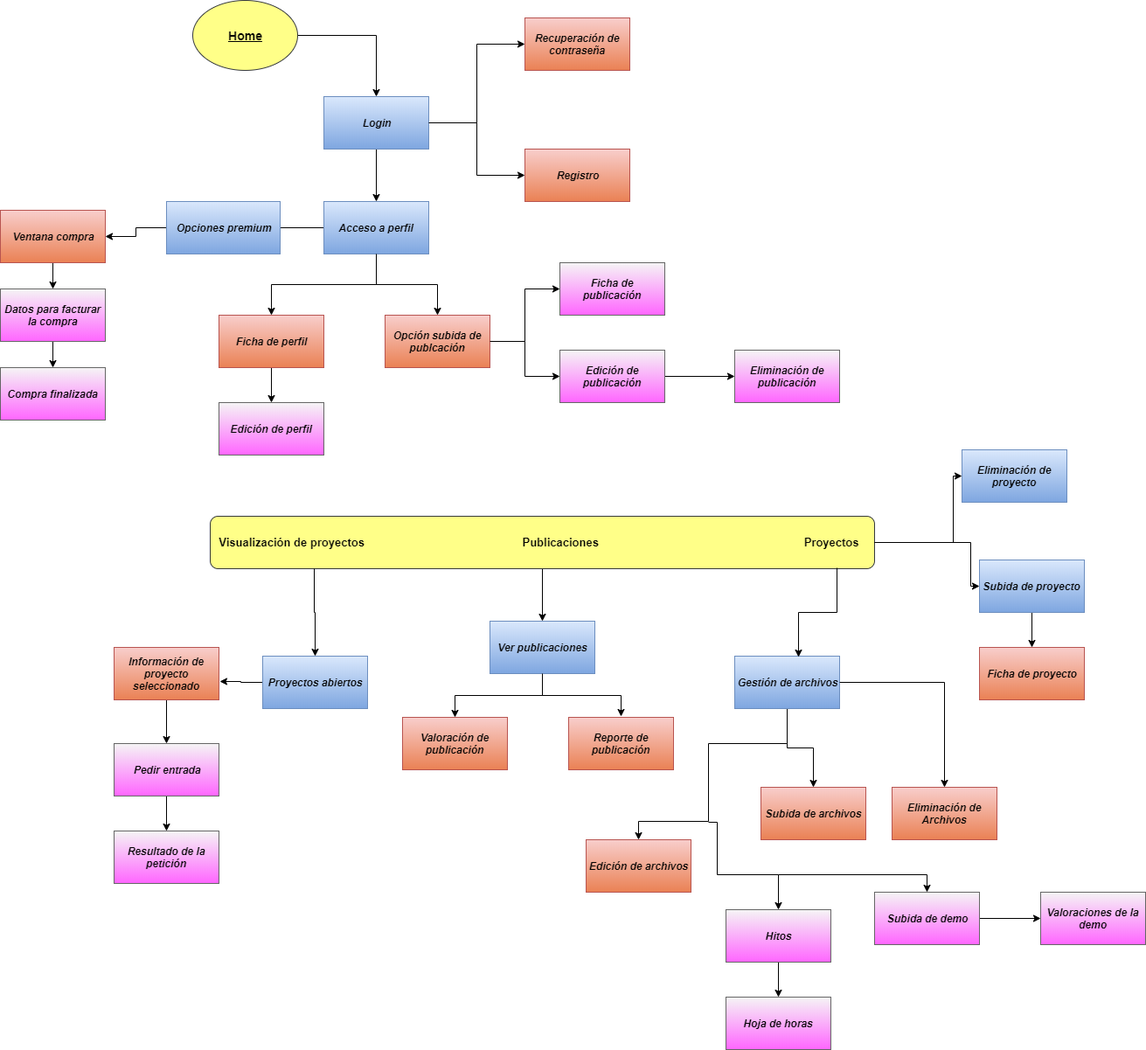
This is Elementos de consulta/División de ventanas.png from Dev2Play/Dev2Play, a draw.io export, as it was before one commit. Source tidied: cells renumbered, new cells last; positions are measured from the earlier drawing's top-left corner, leaving out a move shared by most shapes.
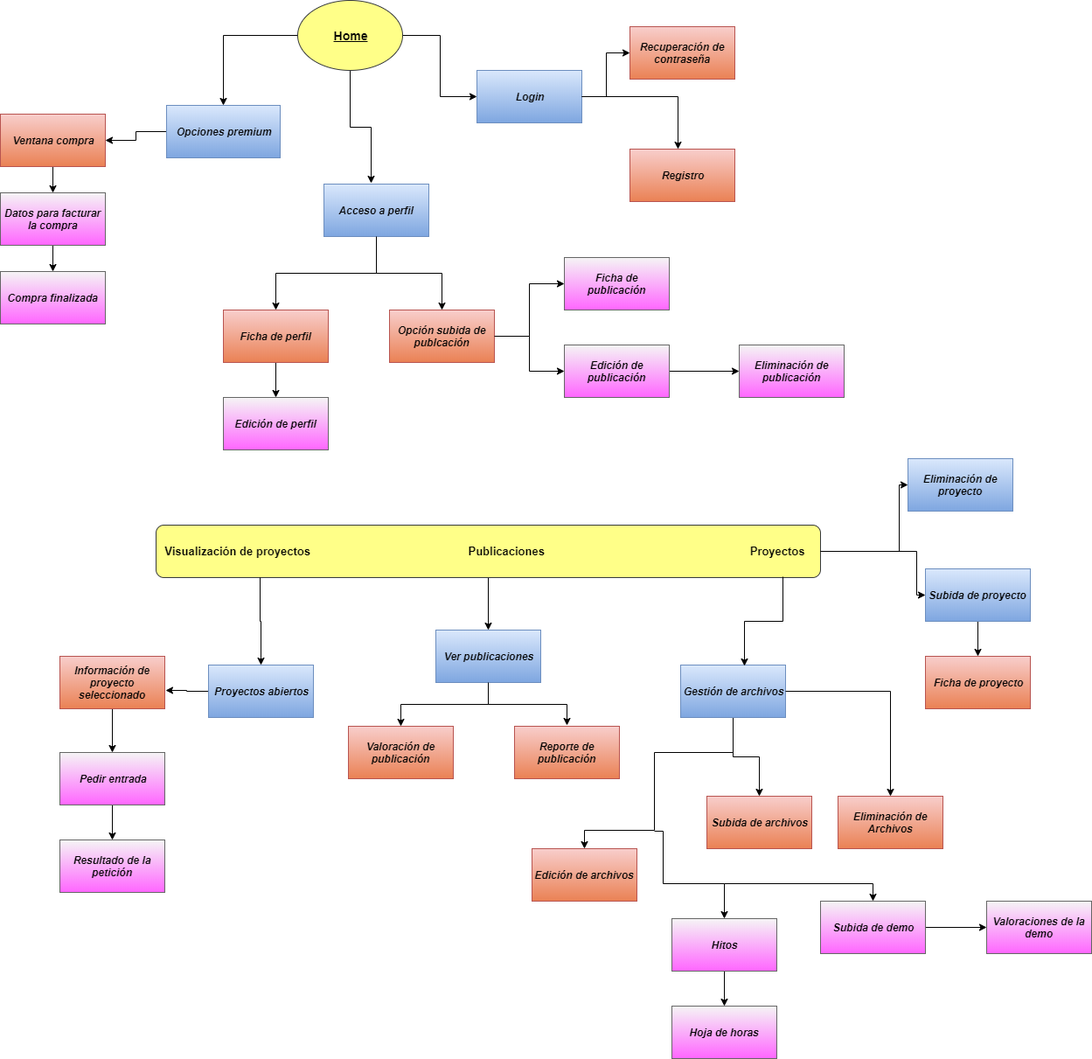
After the commit.

Commit message:
Creacion de la carpeta para guardar las webs

What changed in the source:
```diff
@@ -5,53 +5,47 @@
     <mxCell id="2" style="edgeStyle=orthogonalEdgeStyle;rounded=0;jettySize=auto;html=1;" parent="1" edge="1" source="3" target="6">
       <mxGeometry relative="1" as="geometry" />
     </mxCell>
+    <mxCell id="69" style="edgeStyle=orthogonalEdgeStyle;rounded=0;jettySize=auto;html=1;entryX=0.5;entryY=0;entryDx=0;entryDy=0;" parent="1" edge="1" source="3" target="68">
+      <mxGeometry relative="1" as="geometry" />
+    </mxCell>
+    <mxCell id="70" style="edgeStyle=orthogonalEdgeStyle;rounded=0;jettySize=auto;html=1;entryX=0.45;entryY=-0.017;entryDx=0;entryDy=0;entryPerimeter=0;" parent="1" edge="1" source="3" target="9">
+      <mxGeometry relative="1" as="geometry" />
+    </mxCell>
     <mxCell id="3" value="Home" style="ellipse;whiteSpace=wrap;html=1;fillColor=#ffff88;strokeColor=#36393d;fontSize=14;fontStyle=5;" parent="1" vertex="1">
-      <mxGeometry x="220" width="120" height="80" as="geometry" />
+      <mxGeometry x="402" y="-10" width="120" height="80" as="geometry" />
     </mxCell>
-    <mxCell id="4" style="edgeStyle=orthogonalEdgeStyle;rounded=0;jettySize=auto;html=1;" parent="1" edge="1" source="6" target="9">
-      <mxGeometry relative="1" as="geometry" />
-    </mxCell>
-    <mxCell id="5" style="edgeStyle=orthogonalEdgeStyle;rounded=0;jettySize=auto;html=1;entryX=0;entryY=0.5;entryDx=0;entryDy=0;" parent="1" edge="1" source="6" target="11">
-      <mxGeometry relative="1" as="geometry" />
-    </mxCell>
     <mxCell id="6" value="Login" style="rounded=0;whiteSpace=wrap;html=1;fillColor=#dae8fc;strokeColor=#6c8ebf;gradientColor=#7ea6e0;fontStyle=3;" parent="1" vertex="1">
-      <mxGeometry x="370" y="110" width="120" height="60" as="geometry" />
+      <mxGeometry x="607" y="70" width="120" height="60" as="geometry" />
     </mxCell>
     <mxCell id="7" style="edgeStyle=orthogonalEdgeStyle;rounded=0;jettySize=auto;html=1;" parent="1" edge="1" source="9" target="13">
       <mxGeometry relative="1" as="geometry" />
     </mxCell>
-    <mxCell id="8" style="edgeStyle=orthogonalEdgeStyle;rounded=0;jettySize=auto;html=1;" parent="1" edge="1" source="9" target="46">
-      <mxGeometry relative="1" as="geometry" />
-    </mxCell>
     <mxCell id="9" value="Acceso a perfil" style="rounded=0;whiteSpace=wrap;html=1;fillColor=#dae8fc;strokeColor=#6c8ebf;gradientColor=#7ea6e0;fontStyle=3;" parent="1" vertex="1">
-      <mxGeometry x="370" y="230" width="120" height="60" as="geometry" />
+      <mxGeometry x="432" y="200" width="120" height="60" as="geometry" />
     </mxCell>
     <mxCell id="10" value="Registro" style="rounded=0;whiteSpace=wrap;html=1;fillColor=#f8cecc;strokeColor=#b85450;gradientColor=#EA8154;fontStyle=3;" parent="1" vertex="1">
-      <mxGeometry x="600" y="170" width="120" height="60" as="geometry" />
+      <mxGeometry x="782" y="160" width="120" height="60" as="geometry" />
     </mxCell>
-    <mxCell id="11" value="Recuperación de contraseña" style="rounded=0;whiteSpace=wrap;html=1;fillColor=#f8cecc;strokeColor=#b85450;gradientColor=#EA8154;fontStyle=3;" parent="1" vertex="1">
-      <mxGeometry x="600" y="20" width="120" height="60" as="geometry" />
-    </mxCell>
     <mxCell id="12" style="edgeStyle=orthogonalEdgeStyle;rounded=0;jettySize=auto;html=1;" parent="1" edge="1" source="13" target="25">
       <mxGeometry relative="1" as="geometry" />
     </mxCell>
     <mxCell id="13" value="Ficha de perfil" style="rounded=0;whiteSpace=wrap;html=1;fillColor=#f8cecc;strokeColor=#b85450;gradientColor=#EA8154;fontStyle=3;" parent="1" vertex="1">
-      <mxGeometry x="250" y="360" width="120" height="60" as="geometry" />
+      <mxGeometry x="317" y="344" width="120" height="60" as="geometry" />
     </mxCell>
     <mxCell id="14" style="edgeStyle=orthogonalEdgeStyle;rounded=0;jettySize=auto;html=1;entryX=0;entryY=0.5;entryDx=0;entryDy=0;" parent="1" edge="1" source="15" target="16">
       <mxGeometry relative="1" as="geometry" />
     </mxCell>
     <mxCell id="15" value="Opción subida de publcación" style="rounded=0;whiteSpace=wrap;html=1;fillColor=#f8cecc;strokeColor=#b85450;gradientColor=#EA8154;fontStyle=3;" parent="1" vertex="1">
-      <mxGeometry x="440" y="360" width="120" height="60" as="geometry" />
+      <mxGeometry x="507" y="344" width="120" height="60" as="geometry" />
     </mxCell>
     <mxCell id="16" value="Ficha de publicación" style="rounded=0;whiteSpace=wrap;html=1;fillColor=#f5f5f5;strokeColor=#666666;gradientColor=#FF66FF;fontStyle=3;" parent="1" vertex="1">
-      <mxGeometry x="640" y="300" width="120" height="60" as="geometry" />
+      <mxGeometry x="707" y="284" width="120" height="60" as="geometry" />
     </mxCell>
     <mxCell id="17" style="edgeStyle=orthogonalEdgeStyle;rounded=0;jettySize=auto;html=1;" parent="1" edge="1" source="18" target="22">
       <mxGeometry relative="1" as="geometry" />
     </mxCell>
     <mxCell id="18" value="Edición de publicación" style="rounded=0;whiteSpace=wrap;html=1;fillColor=#f5f5f5;strokeColor=#666666;gradientColor=#FF66FF;fontStyle=3;" parent="1" vertex="1">
-      <mxGeometry x="640" y="400" width="120" height="60" as="geometry" />
+      <mxGeometry x="707" y="384" width="120" height="60" as="geometry" />
     </mxCell>
     <mxCell id="19" style="edgeStyle=orthogonalEdgeStyle;rounded=0;jettySize=auto;html=1;exitX=1;exitY=0.5;exitDx=0;exitDy=0;" parent="1" edge="1" source="15" target="18">
       <mxGeometry relative="1" as="geometry" />
@@ -59,11 +53,13 @@
     <mxCell id="20" style="edgeStyle=orthogonalEdgeStyle;rounded=0;jettySize=auto;html=1;entryX=0.5;entryY=0;entryDx=0;entryDy=0;exitX=0.5;exitY=1;exitDx=0;exitDy=0;" parent="1" edge="1" source="9" target="15">
       <mxGeometry relative="1" as="geometry" />
     </mxCell>
-    <mxCell id="21" style="edgeStyle=orthogonalEdgeStyle;rounded=0;jettySize=auto;html=1;entryX=0;entryY=0.5;entryDx=0;entryDy=0;exitX=1;exitY=0.5;exitDx=0;exitDy=0;" parent="1" edge="1" source="6" target="10">
-      <mxGeometry relative="1" as="geometry" />
+    <mxCell id="21" style="edgeStyle=orthogonalEdgeStyle;rounded=0;jettySize=auto;html=1;entryX=0;entryY=0.5;entryDx=0;entryDy=0;exitX=1;exitY=0.5;exitDx=0;exitDy=0;" parent="1" edge="1" source="6">
+      <mxGeometry relative="1" as="geometry">
+        <mxPoint x="837" y="160" as="targetPoint" />
+      </mxGeometry>
     </mxCell>
     <mxCell id="22" value="Eliminación de publicación" style="rounded=0;whiteSpace=wrap;html=1;fillColor=#f5f5f5;strokeColor=#666666;gradientColor=#FF66FF;fontStyle=3;" parent="1" vertex="1">
-      <mxGeometry x="840" y="400" width="120" height="60" as="geometry" />
+      <mxGeometry x="907" y="384" width="120" height="60" as="geometry" />
     </mxCell>
     <mxCell id="23" style="edgeStyle=orthogonalEdgeStyle;rounded=0;jettySize=auto;html=1;" parent="1" edge="1" source="24" target="32">
       <mxGeometry relative="1" as="geometry" />
@@ -72,7 +68,7 @@
       <mxGeometry x="240" y="590" width="760" height="60" as="geometry" />
     </mxCell>
     <mxCell id="25" value="Edición de perfil" style="rounded=0;whiteSpace=wrap;html=1;fillColor=#f5f5f5;strokeColor=#666666;gradientColor=#FF66FF;fontStyle=3;" parent="1" vertex="1">
-      <mxGeometry x="250" y="460" width="120" height="60" as="geometry" />
+      <mxGeometry x="317" y="444" width="120" height="60" as="geometry" />
     </mxCell>
     <mxCell id="26" style="edgeStyle=orthogonalEdgeStyle;rounded=0;jettySize=auto;html=1;entryX=1.01;entryY=0.643;entryDx=0;entryDy=0;entryPerimeter=0;exitX=0;exitY=0.5;exitDx=0;exitDy=0;" parent="1" edge="1" source="27" target="29">
       <mxGeometry relative="1" as="geometry" />
@@ -143,26 +139,28 @@
         </Array>
       </mxGeometry>
     </mxCell>
-    <mxCell id="45" style="edgeStyle=orthogonalEdgeStyle;rounded=0;jettySize=auto;html=1;" parent="1" edge="1" source="46" target="48">
-      <mxGeometry relative="1" as="geometry" />
+    <mxCell id="45" style="edgeStyle=orthogonalEdgeStyle;rounded=0;jettySize=auto;html=1;" parent="1" edge="1" target="48">
+      <mxGeometry relative="1" as="geometry">
+        <mxPoint x="252" y="140" as="sourcePoint" />
+      </mxGeometry>
     </mxCell>
     <mxCell id="46" value="Opciones premium" style="rounded=0;whiteSpace=wrap;html=1;fillColor=#dae8fc;strokeColor=#6c8ebf;" parent="1" vertex="1">
-      <mxGeometry x="190" y="230" width="120" height="60" as="geometry" />
+      <mxGeometry x="262" y="110" width="120" height="60" as="geometry" />
     </mxCell>
     <mxCell id="47" style="edgeStyle=orthogonalEdgeStyle;rounded=0;jettySize=auto;html=1;" parent="1" edge="1" source="48" target="50">
       <mxGeometry relative="1" as="geometry" />
     </mxCell>
     <mxCell id="48" value="Ventana compra" style="rounded=0;whiteSpace=wrap;html=1;fillColor=#f8cecc;strokeColor=#b85450;gradientColor=#EA8154;fontStyle=3;" parent="1" vertex="1">
-      <mxGeometry y="240" width="120" height="60" as="geometry" />
+      <mxGeometry x="62" y="120" width="120" height="60" as="geometry" />
     </mxCell>
     <mxCell id="49" style="edgeStyle=orthogonalEdgeStyle;rounded=0;jettySize=auto;html=1;" parent="1" edge="1" source="50" target="51">
       <mxGeometry relative="1" as="geometry" />
     </mxCell>
     <mxCell id="50" value="Datos para facturar la compra" style="rounded=0;whiteSpace=wrap;html=1;fillColor=#f5f5f5;strokeColor=#666666;gradientColor=#FF66FF;fontStyle=3;" parent="1" vertex="1">
-      <mxGeometry y="330" width="120" height="60" as="geometry" />
+      <mxGeometry x="62" y="210" width="120" height="60" as="geometry" />
     </mxCell>
     <mxCell id="51" value="Compra finalizada" style="rounded=0;whiteSpace=wrap;html=1;fillColor=#f5f5f5;strokeColor=#666666;gradientColor=#FF66FF;fontStyle=3;" parent="1" vertex="1">
-      <mxGeometry y="420" width="120" height="60" as="geometry" />
+      <mxGeometry x="62" y="300" width="120" height="60" as="geometry" />
     </mxCell>
     <mxCell id="52" value="Subida de archivos" style="rounded=0;whiteSpace=wrap;html=1;fillColor=#f8cecc;strokeColor=#b85450;gradientColor=#EA8154;fontStyle=3;" parent="1" vertex="1">
       <mxGeometry x="870" y="900" width="120" height="60" as="geometry" />
@@ -232,7 +230,13 @@
       <mxGeometry x="830" y="1140" width="120" height="60" as="geometry" />
     </mxCell>
     <mxCell id="68" value="Opciones premium" style="rounded=0;whiteSpace=wrap;html=1;fillColor=#dae8fc;strokeColor=#6c8ebf;gradientColor=#7ea6e0;fontStyle=3;" parent="1" vertex="1">
-      <mxGeometry x="190" y="230" width="130" height="60" as="geometry" />
+      <mxGeometry x="252" y="110" width="130" height="60" as="geometry" />
     </mxCell>
+    <mxCell id="11" value="Recuperación de contraseña" style="rounded=0;whiteSpace=wrap;html=1;fillColor=#f8cecc;strokeColor=#b85450;gradientColor=#EA8154;fontStyle=3;" parent="1" vertex="1">
+      <mxGeometry x="782" y="20" width="120" height="60" as="geometry" />
+    </mxCell>
+    <mxCell id="5" style="edgeStyle=orthogonalEdgeStyle;rounded=0;jettySize=auto;html=1;entryX=0;entryY=0.5;entryDx=0;entryDy=0;" parent="1" edge="1" source="6" target="11">
+      <mxGeometry relative="1" as="geometry" />
+    </mxCell>
   </root>
 </mxGraphModel>
```
